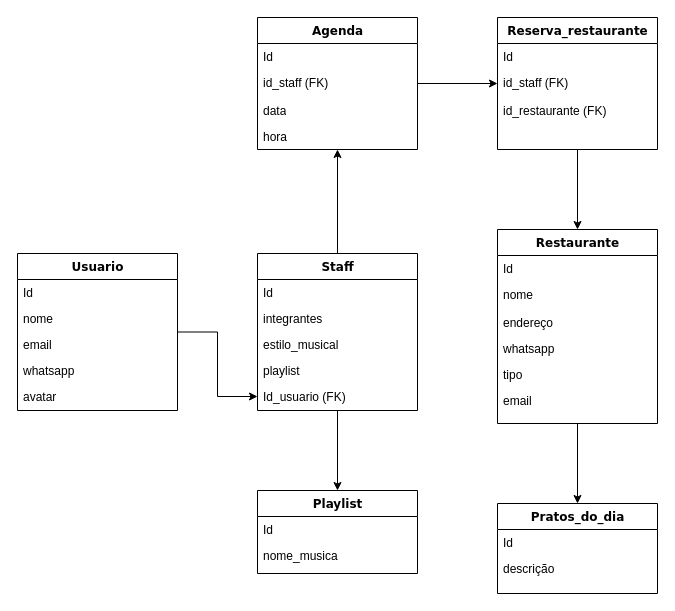
Earlier version of the draw.io diagram ModelagemBanco.drawio (rafaelmvale/ServerGigMusic). Source tidied: cells renumbered, new cells numbered last; positions are measured from the earlier drawing's top-left corner, leaving out a move shared by most shapes. Both pictures are drawn from the tidied source at 100%, with x=0, y=0 at pixel (17, 17).
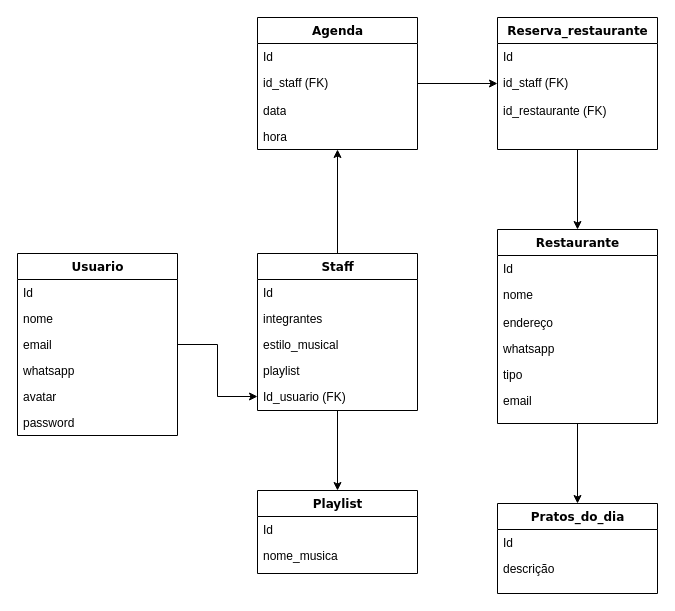
The same diagram, later.

The edit, as a diff of the source:
```diff
@@
     <mxCell id="3" value="Usuario&lt;br&gt;" style="swimlane;html=1;fontStyle=1;align=center;verticalAlign=top;horizontal=1;startSize=26;swimlaneFillColor=#ffffff;rounded=0;shadow=0;comic=0;labelBackgroundColor=none;strokeWidth=1;fillColor=none;fontFamily=Verdana;fontSize=12;" parent="1" vertex="1">
-      <mxGeometry y="236" width="160" height="157" as="geometry" />
+      <mxGeometry y="236" width="160" height="182" as="geometry" />
     </mxCell>
@@
+    <mxCell id="42" value="password" style="text;html=1;strokeColor=none;fillColor=none;align=left;verticalAlign=top;spacingLeft=4;spacingRight=4;whiteSpace=wrap;overflow=hidden;" parent="3" vertex="1">
+      <mxGeometry y="156" width="160" height="26" as="geometry" />
+    </mxCell>
```
